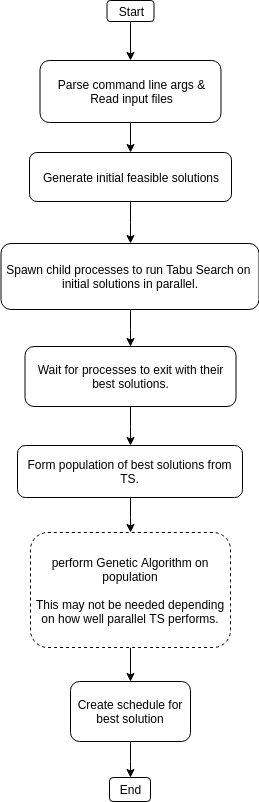
Before: diagrams/Flow_Diagram.png, a diagram exported from draw.io (mcfadd/Job_Shop_Schedule_Problem). Source tidied: cells renumbered, new cells last; positions are measured from the earlier drawing's top-left corner, leaving out a move shared by most shapes.
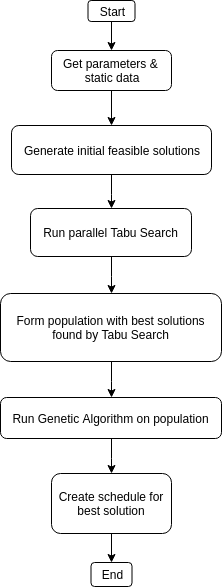
After the commit.

The edit, as a diff of the source:
```diff
@@ -6,52 +6,46 @@
       <mxGeometry relative="1" as="geometry" />
     </mxCell>
     <mxCell id="3" value="Start" style="rounded=1;whiteSpace=wrap;html=1;" parent="1" vertex="1">
-      <mxGeometry x="106.5" width="47" height="21" as="geometry" />
+      <mxGeometry x="106.5" y="-46" width="47" height="21" as="geometry" />
     </mxCell>
     <mxCell id="4" style="edgeStyle=orthogonalEdgeStyle;rounded=0;jettySize=auto;html=1;" parent="1" edge="1" source="5" target="7">
       <mxGeometry relative="1" as="geometry" />
     </mxCell>
-    <mxCell id="5" value="&lt;div style=&quot;text-align: center&quot;&gt;&lt;span&gt;Parse command line args &amp;amp;&lt;/span&gt;&lt;/div&gt;&lt;div style=&quot;text-align: center&quot;&gt;&lt;span&gt;Read input files&lt;/span&gt;&lt;/div&gt;" style="rounded=1;whiteSpace=wrap;html=1;" parent="1" vertex="1">
-      <mxGeometry x="39.5" y="60" width="181" height="62" as="geometry" />
+    <mxCell id="5" value="&lt;div style=&quot;text-align: center&quot;&gt;Get parameters &amp;amp;&amp;nbsp;&lt;/div&gt;&lt;div style=&quot;text-align: center&quot;&gt;static data&lt;/div&gt;" style="rounded=1;whiteSpace=wrap;html=1;" parent="1" vertex="1">
+      <mxGeometry x="70" y="4" width="120" height="40" as="geometry" />
     </mxCell>
     <mxCell id="6" style="edgeStyle=orthogonalEdgeStyle;rounded=0;jettySize=auto;html=1;" parent="1" edge="1" source="7" target="9">
       <mxGeometry relative="1" as="geometry" />
     </mxCell>
     <mxCell id="7" value="Generate initial feasible solutions&lt;br&gt;" style="rounded=1;whiteSpace=wrap;html=1;" parent="1" vertex="1">
-      <mxGeometry x="29" y="152" width="202" height="49" as="geometry" />
+      <mxGeometry x="30" y="79" width="200" height="49" as="geometry" />
     </mxCell>
-    <mxCell id="8" style="edgeStyle=orthogonalEdgeStyle;rounded=0;jettySize=auto;html=1;endArrow=classic;endFill=1;entryX=0.5;entryY=0;entryDx=0;entryDy=0;" parent="1" edge="1" source="9" target="15">
+    <mxCell id="8" style="edgeStyle=orthogonalEdgeStyle;rounded=0;jettySize=auto;html=1;endArrow=classic;endFill=1;entryX=0.5;entryY=0;entryDx=0;entryDy=0;" parent="1" edge="1" source="9" target="11">
       <mxGeometry relative="1" as="geometry" />
     </mxCell>
-    <mxCell id="9" value="Spawn child processes to run Tabu Search on&amp;nbsp; initial solutions in parallel.&lt;br&gt;" style="rounded=1;whiteSpace=wrap;html=1;" parent="1" vertex="1">
-      <mxGeometry x="0.5" y="243" width="258" height="66" as="geometry" />
+    <mxCell id="9" value="Run parallel Tabu Search&lt;br&gt;" style="rounded=1;whiteSpace=wrap;html=1;" parent="1" vertex="1">
+      <mxGeometry x="49" y="162" width="161" height="48" as="geometry" />
     </mxCell>
     <mxCell id="10" style="edgeStyle=orthogonalEdgeStyle;rounded=0;jettySize=auto;html=1;endArrow=classic;endFill=1;entryX=0.5;entryY=0;entryDx=0;entryDy=0;" parent="1" edge="1" source="11" target="13">
       <mxGeometry relative="1" as="geometry" />
     </mxCell>
-    <mxCell id="11" value="Form population of best solutions from TS." style="rounded=1;whiteSpace=wrap;html=1;" parent="1" vertex="1">
-      <mxGeometry x="17" y="445" width="225" height="52" as="geometry" />
+    <mxCell id="11" value="Form population with best solutions found by Tabu Search" style="rounded=1;whiteSpace=wrap;html=1;" parent="1" vertex="1">
+      <mxGeometry x="19" y="247" width="221" height="68" as="geometry" />
     </mxCell>
     <mxCell id="12" style="edgeStyle=orthogonalEdgeStyle;rounded=0;jettySize=auto;html=1;endArrow=classic;endFill=1;entryX=0.5;entryY=0;entryDx=0;entryDy=0;" parent="1" edge="1" source="13" target="17">
       <mxGeometry relative="1" as="geometry" />
     </mxCell>
-    <mxCell id="13" value="perform Genetic Algorithm on population&lt;br&gt;&lt;br&gt;This may not be needed depending on how well parallel TS performs.&lt;br&gt;" style="rounded=1;whiteSpace=wrap;html=1;gradientColor=none;fillColor=#ffffff;dashed=1;" parent="1" vertex="1">
-      <mxGeometry x="30" y="532" width="200" height="115" as="geometry" />
+    <mxCell id="13" value="Run Genetic Algorithm on population&lt;br&gt;" style="rounded=1;whiteSpace=wrap;html=1;gradientColor=none;fillColor=#ffffff;" parent="1" vertex="1">
+      <mxGeometry x="19" y="351" width="221" height="41" as="geometry" />
     </mxCell>
-    <mxCell id="14" style="edgeStyle=orthogonalEdgeStyle;rounded=0;jettySize=auto;html=1;" parent="1" edge="1" source="15" target="11">
-      <mxGeometry relative="1" as="geometry" />
-    </mxCell>
-    <mxCell id="15" value="Wait for processes to exit with their best solutions." style="rounded=1;whiteSpace=wrap;html=1;" parent="1" vertex="1">
-      <mxGeometry x="24.5" y="346" width="211" height="60" as="geometry" />
-    </mxCell>
     <mxCell id="16" style="edgeStyle=orthogonalEdgeStyle;rounded=0;jettySize=auto;html=1;" parent="1" edge="1" source="17" target="18">
       <mxGeometry relative="1" as="geometry" />
     </mxCell>
     <mxCell id="17" value="&lt;span&gt;Create schedule for best solution&lt;/span&gt;" style="rounded=1;whiteSpace=wrap;html=1;" parent="1" vertex="1">
-      <mxGeometry x="70" y="681" width="120" height="60" as="geometry" />
+      <mxGeometry x="70" y="427" width="120" height="60" as="geometry" />
     </mxCell>
     <mxCell id="18" value="&lt;span&gt;End&lt;/span&gt;" style="rounded=1;whiteSpace=wrap;html=1;" parent="1" vertex="1">
-      <mxGeometry x="109" y="777" width="41" height="24" as="geometry" />
+      <mxGeometry x="109.5" y="516" width="41" height="24" as="geometry" />
     </mxCell>
   </root>
 </mxGraphModel>
```
